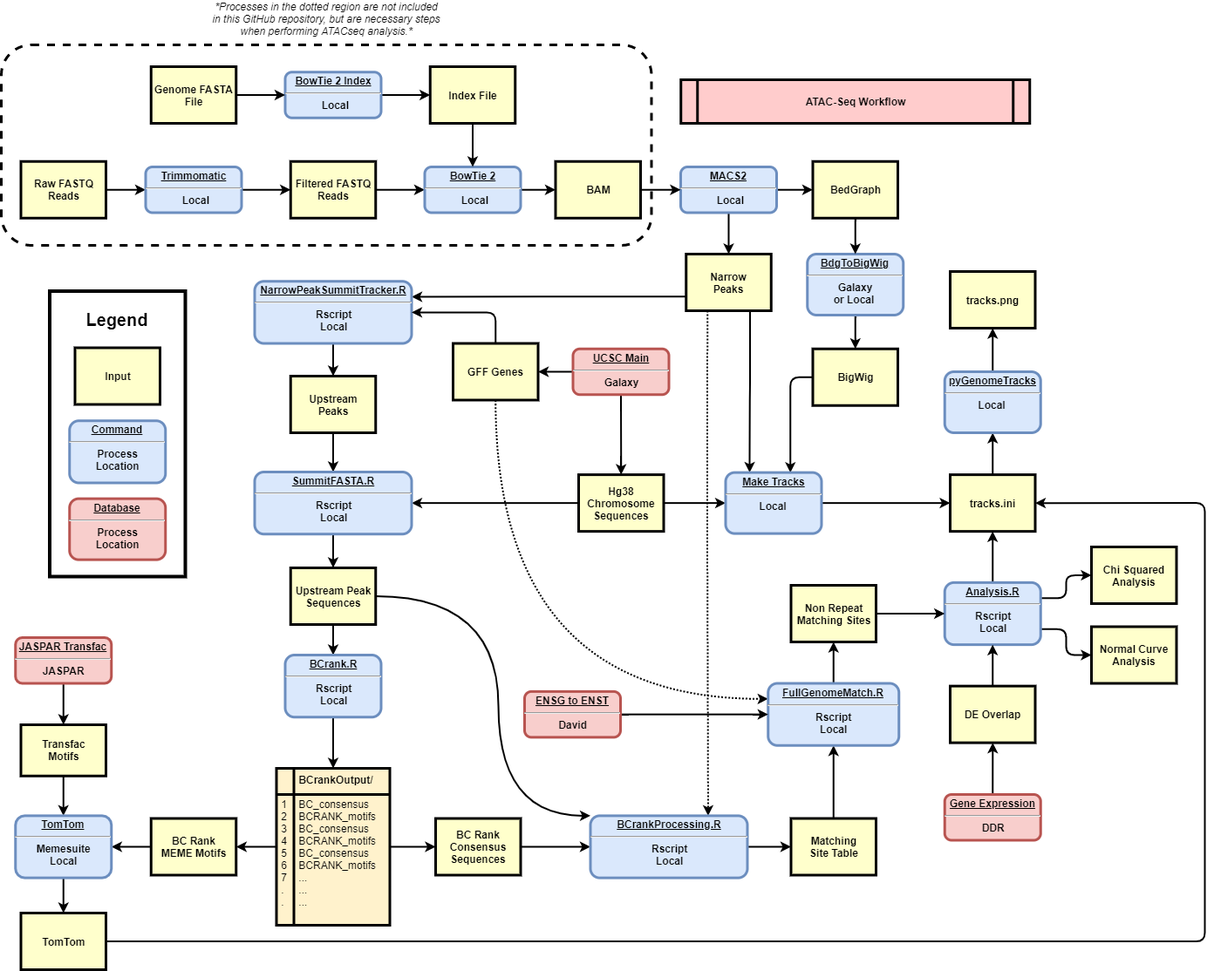
The draw.io diagram Graphics/Programatic_Visualization.png in CalebPecka/ATAC-Seq-Pipeline, before a commit. Source tidied: cells renumbered, new cells last; positions are measured from the earlier drawing's top-left corner, leaving out a move shared by most shapes.
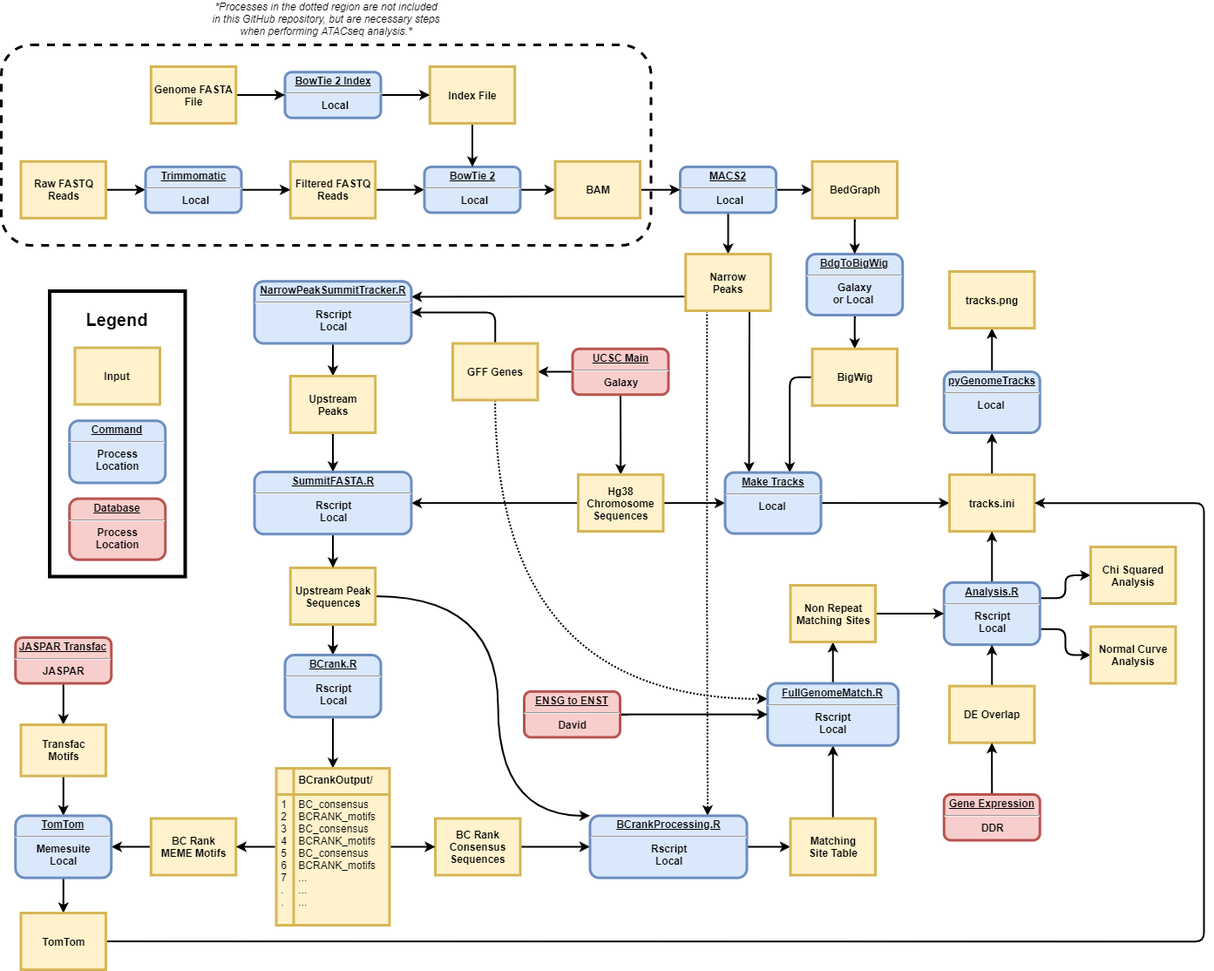
The same file after the commit.

Commit message:
Replace background of graphic

Change to the diagram source:
```diff
@@ -4,5 +4,2 @@
     <mxCell id="1" parent="0" />
-    <mxCell id="2" value="ATAC-Seq Workflow" style="shape=process;whiteSpace=wrap;align=center;verticalAlign=middle;size=0.0475;fontStyle=1;strokeWidth=3;fillColor=#FFCCCC;" parent="1" vertex="1">
-      <mxGeometry x="779.2" y="90" width="400" height="50" as="geometry" />
-    </mxCell>
     <mxCell id="3" style="edgeStyle=orthogonalEdgeStyle;curved=1;jettySize=auto;html=1;exitX=0.5;exitY=1;exitDx=0;exitDy=0;entryX=0.5;entryY=0;entryDx=0;entryDy=0;strokeWidth=2;" parent="1" edge="1" source="5" target="11">
@@ -19,3 +16,3 @@
     </mxCell>
-    <mxCell id="7" value="Filtered FASTQ Reads" style="whiteSpace=wrap;align=center;verticalAlign=middle;fontStyle=1;strokeWidth=3;fillColor=#FFFFCC;" parent="1" vertex="1">
+    <mxCell id="7" value="Filtered FASTQ Reads" style="whiteSpace=wrap;align=center;verticalAlign=middle;fontStyle=1;strokeWidth=3;fillColor=#fff2cc;strokeColor=#d6b656;" parent="1" vertex="1">
       <mxGeometry x="331.8" y="183.8" width="97.5" height="65" as="geometry" />
@@ -31,3 +28,3 @@
     </mxCell>
-    <mxCell id="11" value="Narrow&#10;Peaks" style="whiteSpace=wrap;align=center;verticalAlign=middle;fontStyle=1;strokeWidth=3;fillColor=#FFFFCC;" parent="1" vertex="1">
+    <mxCell id="11" value="Narrow&#10;Peaks" style="whiteSpace=wrap;align=center;verticalAlign=middle;fontStyle=1;strokeWidth=3;fillColor=#fff2cc;strokeColor=#d6b656;" parent="1" vertex="1">
       <mxGeometry x="785.2" y="290" width="97.5" height="65" as="geometry" />
@@ -49,3 +46,3 @@
     </mxCell>
-    <mxCell id="17" value="Hg38&#10;Chromosome&#10;Sequences" style="whiteSpace=wrap;align=center;verticalAlign=middle;fontStyle=1;strokeWidth=3;fillColor=#FFFFCC;" parent="1" vertex="1">
+    <mxCell id="17" value="Hg38&#10;Chromosome&#10;Sequences" style="whiteSpace=wrap;align=center;verticalAlign=middle;fontStyle=1;strokeWidth=3;fillColor=#fff2cc;strokeColor=#d6b656;" parent="1" vertex="1">
       <mxGeometry x="662" y="543.1" width="97.5" height="65" as="geometry" />
@@ -65,3 +62,3 @@
     </mxCell>
-    <mxCell id="21" value="BedGraph" style="whiteSpace=wrap;align=center;verticalAlign=middle;fontStyle=1;strokeWidth=3;fillColor=#FFFFCC;" parent="1" vertex="1">
+    <mxCell id="21" value="BedGraph" style="whiteSpace=wrap;align=center;verticalAlign=middle;fontStyle=1;strokeWidth=3;fillColor=#fff2cc;strokeColor=#d6b656;" parent="1" vertex="1">
       <mxGeometry x="930.5" y="183.8" width="97.5" height="65" as="geometry" />
@@ -71,3 +68,3 @@
     </mxCell>
-    <mxCell id="23" value="BigWig" style="whiteSpace=wrap;align=center;verticalAlign=middle;fontStyle=1;strokeWidth=3;fillColor=#FFFFCC;" parent="1" vertex="1">
+    <mxCell id="23" value="BigWig" style="whiteSpace=wrap;align=center;verticalAlign=middle;fontStyle=1;strokeWidth=3;fillColor=#fff2cc;strokeColor=#d6b656;" parent="1" vertex="1">
       <mxGeometry x="930.5" y="398.8" width="97.5" height="65" as="geometry" />
@@ -83,3 +80,3 @@
     </mxCell>
-    <mxCell id="27" value="tracks.ini" style="whiteSpace=wrap;align=center;verticalAlign=middle;fontStyle=1;strokeWidth=3;fillColor=#FFFFCC;" parent="1" vertex="1">
+    <mxCell id="27" value="tracks.ini" style="whiteSpace=wrap;align=center;verticalAlign=middle;fontStyle=1;strokeWidth=3;fillColor=#fff2cc;strokeColor=#d6b656;" parent="1" vertex="1">
       <mxGeometry x="1088" y="543.1" width="97.5" height="65" as="geometry" />
@@ -92,3 +89,3 @@
     </mxCell>
-    <mxCell id="30" value="tracks.png" style="whiteSpace=wrap;align=center;verticalAlign=middle;fontStyle=1;strokeWidth=3;fillColor=#FFFFCC;" parent="1" vertex="1">
+    <mxCell id="30" value="tracks.png" style="whiteSpace=wrap;align=center;verticalAlign=middle;fontStyle=1;strokeWidth=3;fillColor=#fff2cc;strokeColor=#d6b656;" parent="1" vertex="1">
       <mxGeometry x="1088" y="310" width="97.5" height="65" as="geometry" />
@@ -112,3 +109,3 @@
     </mxCell>
-    <mxCell id="35" value="Upstream Peak&#10;Sequences" style="whiteSpace=wrap;align=center;verticalAlign=middle;fontStyle=1;strokeWidth=3;fillColor=#FFFFCC;" parent="1" vertex="1">
+    <mxCell id="35" value="Upstream Peak&#10;Sequences" style="whiteSpace=wrap;align=center;verticalAlign=middle;fontStyle=1;strokeWidth=3;fillColor=#fff2cc;strokeColor=#d6b656;" parent="1" vertex="1">
       <mxGeometry x="331.8" y="650" width="97.5" height="65" as="geometry" />
@@ -124,3 +121,3 @@
     </mxCell>
-    <mxCell id="39" value="BAM" style="whiteSpace=wrap;align=center;verticalAlign=middle;fontStyle=1;strokeWidth=3;fillColor=#FFFFCC;" parent="1" vertex="1">
+    <mxCell id="39" value="BAM" style="whiteSpace=wrap;align=center;verticalAlign=middle;fontStyle=1;strokeWidth=3;fillColor=#fff2cc;strokeColor=#d6b656;" parent="1" vertex="1">
       <mxGeometry x="635.5" y="183.8" width="97.5" height="65" as="geometry" />
@@ -130,3 +127,3 @@
     </mxCell>
-    <mxCell id="41" value="Raw FASTQ&#10;Reads" style="whiteSpace=wrap;align=center;verticalAlign=middle;fontStyle=1;strokeWidth=3;fillColor=#FFFFCC;" parent="1" vertex="1">
+    <mxCell id="41" value="Raw FASTQ&#10;Reads" style="whiteSpace=wrap;align=center;verticalAlign=middle;fontStyle=1;strokeWidth=3;fillColor=#fff2cc;strokeColor=#d6b656;" parent="1" vertex="1">
       <mxGeometry x="22.5" y="183.8" width="97.5" height="65" as="geometry" />
@@ -142,3 +139,3 @@
     </mxCell>
-    <mxCell id="45" value="Index File" style="whiteSpace=wrap;align=center;verticalAlign=middle;fontStyle=1;strokeWidth=3;fillColor=#FFFFCC;" parent="1" vertex="1">
+    <mxCell id="45" value="Index File" style="whiteSpace=wrap;align=center;verticalAlign=middle;fontStyle=1;strokeWidth=3;fillColor=#fff2cc;strokeColor=#d6b656;" parent="1" vertex="1">
       <mxGeometry x="491.8" y="75" width="97.5" height="65" as="geometry" />
@@ -154,3 +151,3 @@
     </mxCell>
-    <mxCell id="49" value="Genome FASTA&#10;File" style="whiteSpace=wrap;align=center;verticalAlign=middle;fontStyle=1;strokeWidth=3;fillColor=#FFFFCC;" parent="1" vertex="1">
+    <mxCell id="49" value="Genome FASTA&#10;File" style="whiteSpace=wrap;align=center;verticalAlign=middle;fontStyle=1;strokeWidth=3;fillColor=#fff2cc;strokeColor=#d6b656;" parent="1" vertex="1">
       <mxGeometry x="171.8" y="75" width="97.5" height="65" as="geometry" />
@@ -163,3 +160,3 @@
     </mxCell>
-    <mxCell id="52" value="GFF Genes" style="whiteSpace=wrap;align=center;verticalAlign=middle;fontStyle=1;strokeWidth=3;fillColor=#FFFFCC;" parent="1" vertex="1">
+    <mxCell id="52" value="GFF Genes" style="whiteSpace=wrap;align=center;verticalAlign=middle;fontStyle=1;strokeWidth=3;fillColor=#fff2cc;strokeColor=#d6b656;" parent="1" vertex="1">
       <mxGeometry x="518" y="392.5" width="97.5" height="65" as="geometry" />
@@ -169,6 +166,6 @@
     </mxCell>
-    <mxCell id="54" value="Upstream&#10;Peaks" style="whiteSpace=wrap;align=center;verticalAlign=middle;fontStyle=1;strokeWidth=3;fillColor=#FFFFCC;" parent="1" vertex="1">
+    <mxCell id="54" value="Upstream&#10;Peaks" style="whiteSpace=wrap;align=center;verticalAlign=middle;fontStyle=1;strokeWidth=3;fillColor=#fff2cc;strokeColor=#d6b656;" parent="1" vertex="1">
       <mxGeometry x="331.8" y="430" width="97.5" height="65" as="geometry" />
     </mxCell>
-    <mxCell id="55" value="Input" style="whiteSpace=wrap;align=center;verticalAlign=middle;fontStyle=1;strokeWidth=3;fillColor=#FFFFCC;" parent="1" vertex="1">
+    <mxCell id="55" value="Input" style="whiteSpace=wrap;align=center;verticalAlign=middle;fontStyle=1;strokeWidth=3;fillColor=#fff2cc;strokeColor=#d6b656;" parent="1" vertex="1">
       <mxGeometry x="84.5" y="397.5" width="97.5" height="65" as="geometry" />
@@ -202,3 +199,3 @@
     </mxCell>
-    <mxCell id="65" value="BC Rank&#10;MEME Motifs" style="whiteSpace=wrap;align=center;verticalAlign=middle;fontStyle=1;strokeWidth=3;fillColor=#FFFFCC;" parent="1" vertex="1">
+    <mxCell id="65" value="BC Rank&#10;MEME Motifs" style="whiteSpace=wrap;align=center;verticalAlign=middle;fontStyle=1;strokeWidth=3;fillColor=#fff2cc;strokeColor=#d6b656;" parent="1" vertex="1">
       <mxGeometry x="171.8" y="937.5" width="97.5" height="65" as="geometry" />
@@ -208,3 +205,3 @@
     </mxCell>
-    <mxCell id="67" value="BC Rank&#10;Consensus&#10;Sequences" style="whiteSpace=wrap;align=center;verticalAlign=middle;fontStyle=1;strokeWidth=3;fillColor=#FFFFCC;" parent="1" vertex="1">
+    <mxCell id="67" value="BC Rank&#10;Consensus&#10;Sequences" style="whiteSpace=wrap;align=center;verticalAlign=middle;fontStyle=1;strokeWidth=3;fillColor=#fff2cc;strokeColor=#d6b656;" parent="1" vertex="1">
       <mxGeometry x="498" y="937.5" width="97.5" height="65" as="geometry" />
@@ -220,3 +217,3 @@
     </mxCell>
-    <mxCell id="71" value="Transfac&#10;Motifs" style="whiteSpace=wrap;align=center;verticalAlign=middle;fontStyle=1;strokeWidth=3;fillColor=#FFFFCC;" parent="1" vertex="1">
+    <mxCell id="71" value="Transfac&#10;Motifs" style="whiteSpace=wrap;align=center;verticalAlign=middle;fontStyle=1;strokeWidth=3;fillColor=#fff2cc;strokeColor=#d6b656;" parent="1" vertex="1">
       <mxGeometry x="22.5" y="830" width="97.5" height="58.8" as="geometry" />
@@ -237,3 +234,3 @@
     </mxCell>
-    <mxCell id="75" value="TomTom" style="whiteSpace=wrap;align=center;verticalAlign=middle;fontStyle=1;strokeWidth=3;fillColor=#FFFFCC;" parent="1" vertex="1">
+    <mxCell id="75" value="TomTom" style="whiteSpace=wrap;align=center;verticalAlign=middle;fontStyle=1;strokeWidth=3;fillColor=#fff2cc;strokeColor=#d6b656;" parent="1" vertex="1">
       <mxGeometry x="22.5" y="1046" width="97.5" height="65" as="geometry" />
@@ -252,3 +249,3 @@
     </mxCell>
-    <mxCell id="80" value="&lt;b&gt;&amp;nbsp; &amp;nbsp; &amp;nbsp; &amp;nbsp;BCrankOutput/&lt;br&gt;&lt;br&gt;&lt;/b&gt;&lt;div&gt;&amp;nbsp;1&amp;nbsp; &amp;nbsp; BC_consensus&lt;/div&gt;&lt;div&gt;&amp;nbsp;2&amp;nbsp; &amp;nbsp; BCRANK_motifs&lt;/div&gt;&lt;div&gt;&amp;nbsp;3&amp;nbsp; &amp;nbsp; BC_consensus&lt;/div&gt;&lt;div&gt;&amp;nbsp;4&amp;nbsp; &amp;nbsp; BCRANK_motifs&lt;/div&gt;&lt;div&gt;&amp;nbsp;5&amp;nbsp; &amp;nbsp; BC_consensus&lt;/div&gt;&lt;div&gt;&amp;nbsp;6&amp;nbsp; &amp;nbsp; BCRANK_motifs&lt;/div&gt;&lt;div&gt;&amp;nbsp;7&amp;nbsp; &amp;nbsp; ...&lt;/div&gt;&lt;div&gt;&amp;nbsp;.&amp;nbsp; &amp;nbsp; &amp;nbsp;...&lt;/div&gt;&lt;div&gt;&amp;nbsp;.&amp;nbsp; &amp;nbsp; &amp;nbsp;...&lt;/div&gt;" style="shape=internalStorage;whiteSpace=wrap;html=1;backgroundOutline=1;fillColor=#fff2cc;strokeWidth=3;dx=20;dy=30;verticalAlign=top;align=left;" parent="1" vertex="1">
+    <mxCell id="80" value="&lt;b&gt;&amp;nbsp; &amp;nbsp; &amp;nbsp; &amp;nbsp;BCrankOutput/&lt;br&gt;&lt;br&gt;&lt;/b&gt;&lt;div&gt;&amp;nbsp;1&amp;nbsp; &amp;nbsp; BC_consensus&lt;/div&gt;&lt;div&gt;&amp;nbsp;2&amp;nbsp; &amp;nbsp; BCRANK_motifs&lt;/div&gt;&lt;div&gt;&amp;nbsp;3&amp;nbsp; &amp;nbsp; BC_consensus&lt;/div&gt;&lt;div&gt;&amp;nbsp;4&amp;nbsp; &amp;nbsp; BCRANK_motifs&lt;/div&gt;&lt;div&gt;&amp;nbsp;5&amp;nbsp; &amp;nbsp; BC_consensus&lt;/div&gt;&lt;div&gt;&amp;nbsp;6&amp;nbsp; &amp;nbsp; BCRANK_motifs&lt;/div&gt;&lt;div&gt;&amp;nbsp;7&amp;nbsp; &amp;nbsp; ...&lt;/div&gt;&lt;div&gt;&amp;nbsp;.&amp;nbsp; &amp;nbsp; &amp;nbsp;...&lt;/div&gt;&lt;div&gt;&amp;nbsp;.&amp;nbsp; &amp;nbsp; &amp;nbsp;...&lt;/div&gt;" style="shape=internalStorage;whiteSpace=wrap;html=1;backgroundOutline=1;fillColor=#fff2cc;strokeWidth=3;dx=20;dy=30;verticalAlign=top;align=left;strokeColor=#d6b656;" parent="1" vertex="1">
       <mxGeometry x="315.5" y="880" width="130" height="180" as="geometry" />
@@ -264,3 +261,3 @@
     </mxCell>
-    <mxCell id="84" value="Matching&#10;Site Table" style="whiteSpace=wrap;align=center;verticalAlign=middle;fontStyle=1;strokeWidth=3;fillColor=#FFFFCC;" parent="1" vertex="1">
+    <mxCell id="84" value="Matching&#10;Site Table" style="whiteSpace=wrap;align=center;verticalAlign=middle;fontStyle=1;strokeWidth=3;fillColor=#fff2cc;strokeColor=#d6b656;" parent="1" vertex="1">
       <mxGeometry x="905.5" y="937.5" width="97.5" height="65" as="geometry" />
@@ -288,3 +285,3 @@
     </mxCell>
-    <mxCell id="92" value="DE Overlap" style="whiteSpace=wrap;align=center;verticalAlign=middle;fontStyle=1;strokeWidth=3;fillColor=#FFFFCC;" parent="1" vertex="1">
+    <mxCell id="92" value="DE Overlap" style="whiteSpace=wrap;align=center;verticalAlign=middle;fontStyle=1;strokeWidth=3;fillColor=#fff2cc;strokeColor=#d6b656;" parent="1" vertex="1">
       <mxGeometry x="1088" y="785.6" width="97.5" height="65" as="geometry" />
@@ -294,3 +291,3 @@
     </mxCell>
-    <mxCell id="94" value="Non Repeat&#10;Matching Sites" style="whiteSpace=wrap;align=center;verticalAlign=middle;fontStyle=1;strokeWidth=3;fillColor=#FFFFCC;" parent="1" vertex="1">
+    <mxCell id="94" value="Non Repeat&#10;Matching Sites" style="whiteSpace=wrap;align=center;verticalAlign=middle;fontStyle=1;strokeWidth=3;fillColor=#fff2cc;strokeColor=#d6b656;" parent="1" vertex="1">
       <mxGeometry x="905.5" y="670" width="97.5" height="65" as="geometry" />
@@ -309,6 +306,6 @@
     </mxCell>
-    <mxCell id="99" value="Chi Squared&#10;Analysis" style="whiteSpace=wrap;align=center;verticalAlign=middle;fontStyle=1;strokeWidth=3;fillColor=#FFFFCC;" parent="1" vertex="1">
+    <mxCell id="99" value="Chi Squared&#10;Analysis" style="whiteSpace=wrap;align=center;verticalAlign=middle;fontStyle=1;strokeWidth=3;fillColor=#fff2cc;strokeColor=#d6b656;" parent="1" vertex="1">
       <mxGeometry x="1250" y="626" width="97.5" height="65" as="geometry" />
     </mxCell>
-    <mxCell id="100" value="Normal Curve&#10;Analysis" style="whiteSpace=wrap;align=center;verticalAlign=middle;fontStyle=1;strokeWidth=3;fillColor=#FFFFCC;" parent="1" vertex="1">
+    <mxCell id="100" value="Normal Curve&#10;Analysis" style="whiteSpace=wrap;align=center;verticalAlign=middle;fontStyle=1;strokeWidth=3;fillColor=#fff2cc;strokeColor=#d6b656;" parent="1" vertex="1">
       <mxGeometry x="1250" y="717.5" width="97.5" height="65" as="geometry" />
```
